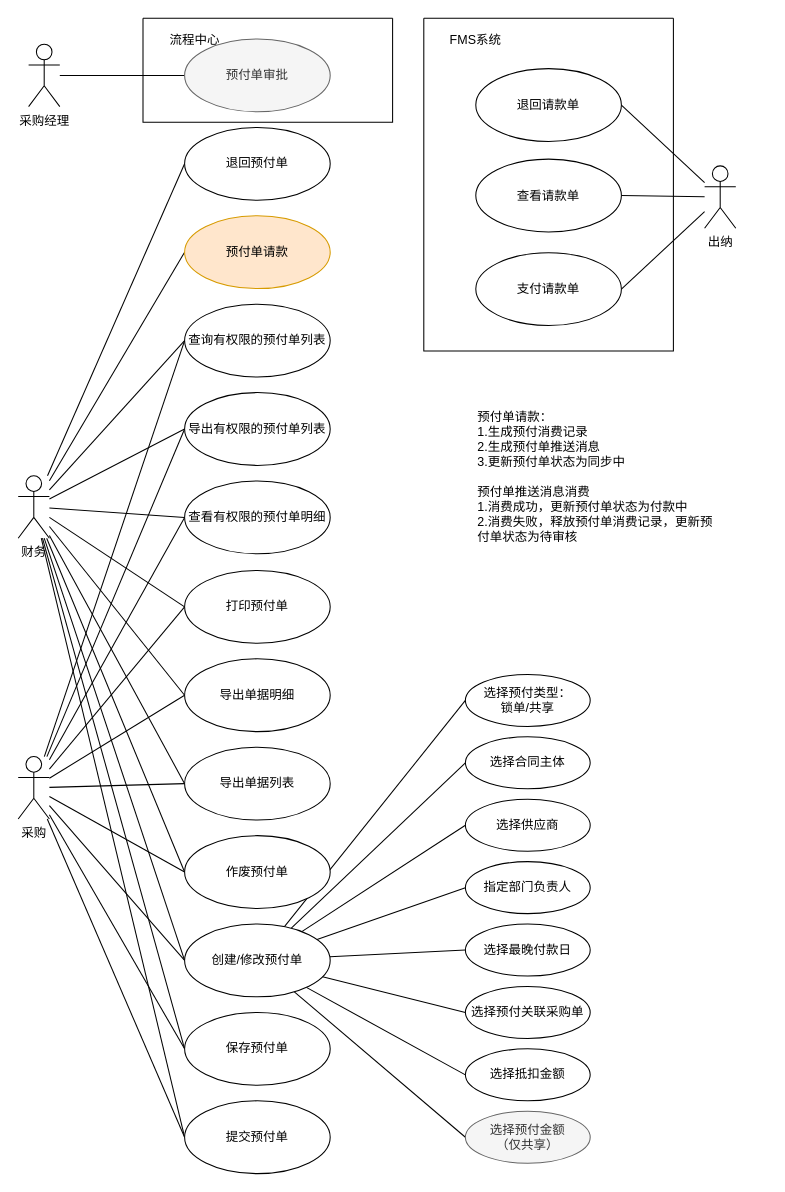
clinkz/whatgithubis keeps this draw.io diagram as page "预付用例" (2 of 4) of 预付流程.drawio. Above is the earlier version. Source tidied: cells renumbered, new cells numbered last; positions are measured from the earlier drawing's top-left corner, leaving out a move shared by most shapes. Both pictures are drawn from the tidied source at 104%, with x=0, y=0 at pixel (18, 18).
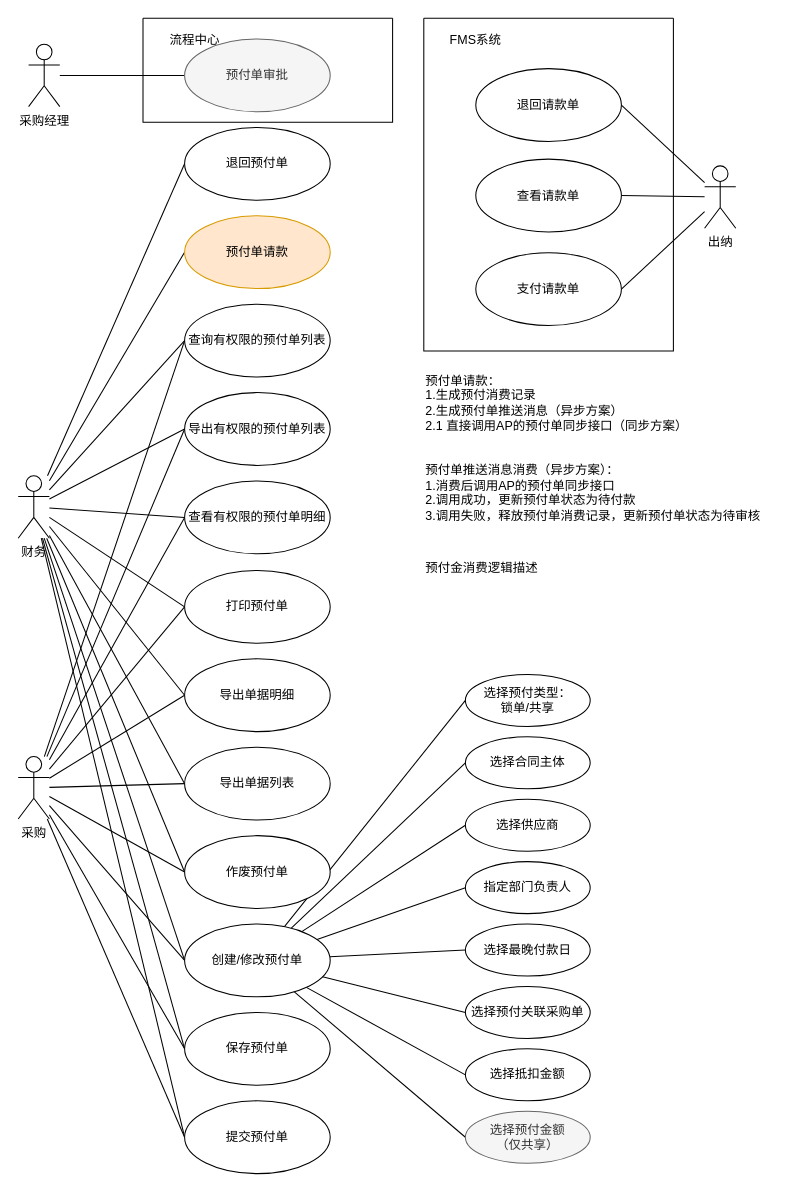
The same page after the edit.

What changed in the source:
```diff
@@
-    <mxCell id="68" value="预付单请款：&lt;br&gt;1.生成预付消费记录&lt;br&gt;2.生成预付单推送消息&lt;br&gt;3.更新预付单状态为同步中&lt;br&gt;&lt;br&gt;预付单推送消息消费&lt;br&gt;1.消费成功，更新预付单状态为付款中&lt;br&gt;2.消费失败，释放预付单消费记录，更新预付单状态为待审核" style="text;html=1;align=left;verticalAlign=top;whiteSpace=wrap;rounded=0;" parent="1" vertex="1">
-      <mxGeometry x="440" y="370" width="230" height="140" as="geometry" />
+    <mxCell id="68" value="预付单请款：&lt;br&gt;1.生成预付消费记录&lt;br&gt;2.生成预付单推送消息（异步方案）&lt;br&gt;2.1 直接调用AP的预付单同步接口（同步方案）&lt;br&gt;&lt;br&gt;&lt;br&gt;预付单推送消息消费（异步方案）：&lt;br&gt;1.消费后调用AP的预付单同步接口&lt;br&gt;2.调用成功，更新预付单状态为待付款&lt;br&gt;3.调用失败，释放预付单消费记录，更新预付单状态为待审核" style="text;html=1;align=left;verticalAlign=top;whiteSpace=wrap;rounded=0;" parent="1" vertex="1">
+      <mxGeometry x="390" y="335" width="330" height="135" as="geometry" />
     </mxCell>
+    <mxCell id="69" value="预付金消费逻辑描述" style="text;html=1;strokeColor=none;fillColor=none;align=left;verticalAlign=top;whiteSpace=wrap;rounded=0;fontColor=default;" parent="1" vertex="1">
+      <mxGeometry x="390" y="515" width="150" height="24" as="geometry" />
+    </mxCell>
```
